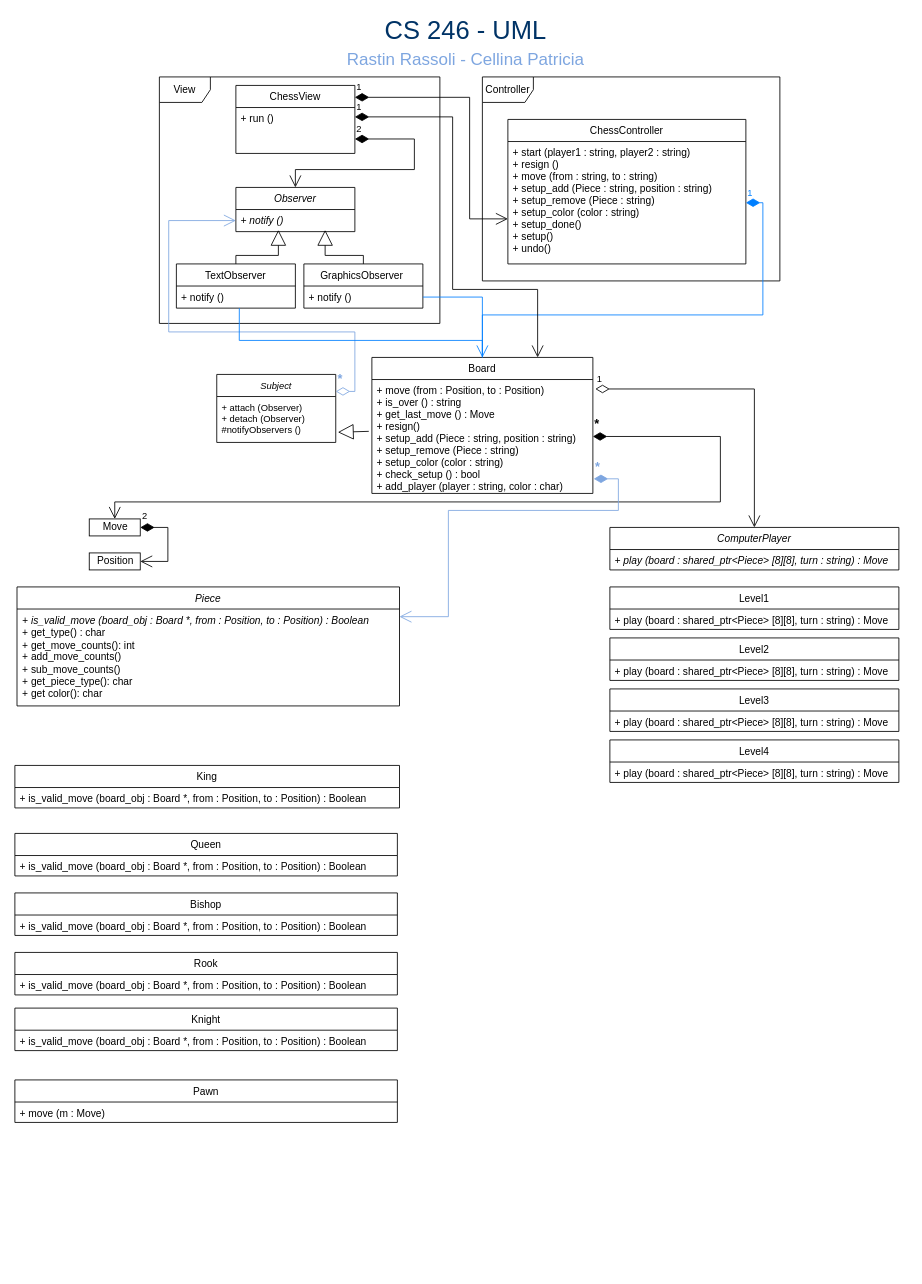
Before: ChessUML.drawio in rastin1379/CS_246_Project, a draw.io diagram. Source tidied: cells renumbered, new cells numbered last; positions are measured from the earlier drawing's top-left corner, leaving out a move shared by most shapes. Both pictures are drawn from the tidied source at 85%, with x=0, y=0 at pixel (14, 17).
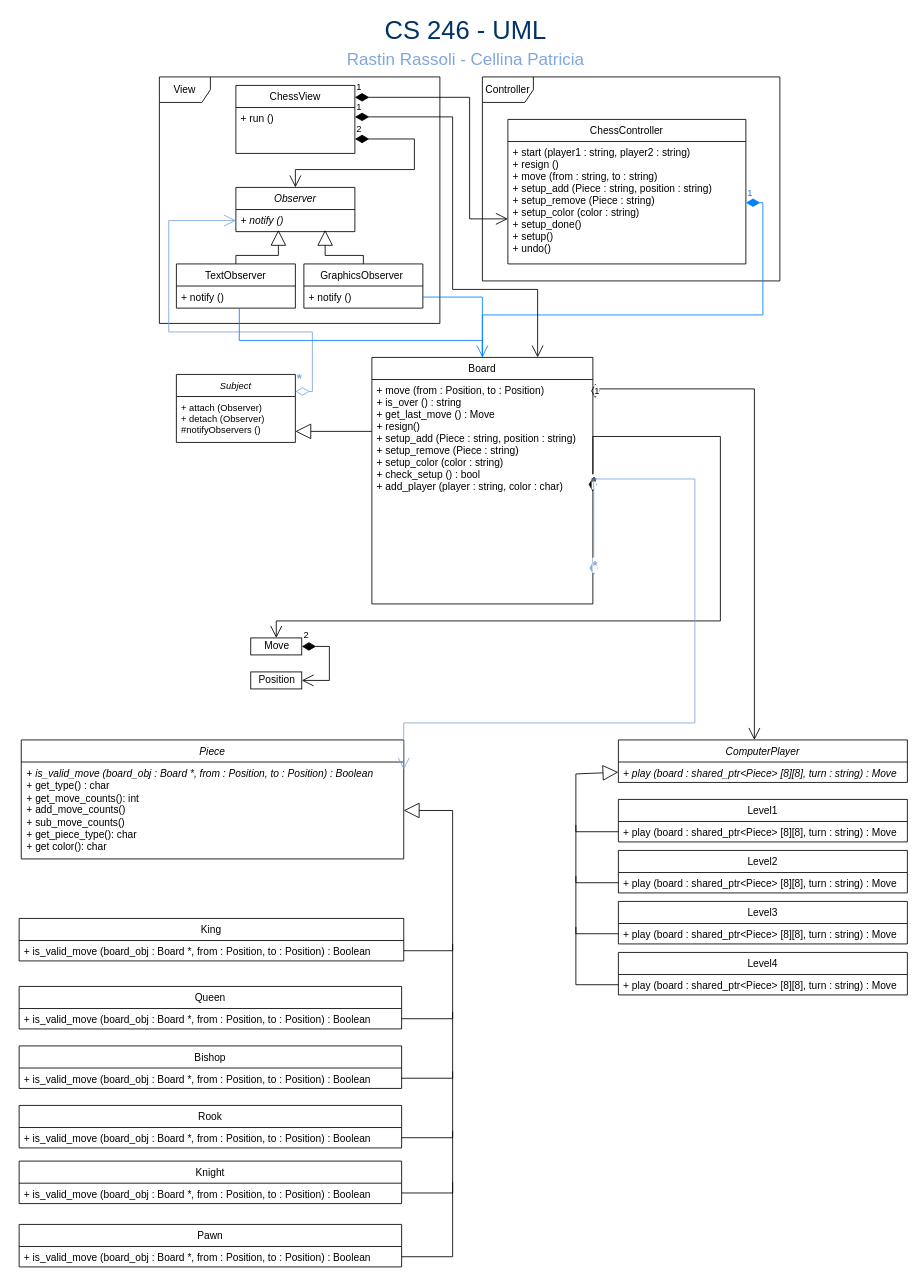
The same diagram, later.

Unchanged cells that the change refers to:
```xml
<mxCell id="7" value="+ notify ()" style="text;strokeColor=none;fillColor=none;align=left;verticalAlign=top;spacingLeft=4;spacingRight=4;overflow=hidden;points=[[0,0.5],[1,0.5]];portConstraint=eastwest;fontStyle=2;" parent="6" vertex="1">
  <mxGeometry y="26" width="140" height="26" as="geometry" />
</mxCell>
<mxCell id="19" value="+ play (board : shared_ptr&lt;Piece&gt; [8][8], turn : string) : Move" style="text;strokeColor=none;fillColor=none;align=left;verticalAlign=top;spacingLeft=4;spacingRight=4;overflow=hidden;points=[[0,0.5],[1,0.5]];portConstraint=eastwest;fontStyle=2;" parent="18" vertex="1">
  <mxGeometry y="26" width="340" height="24" as="geometry" />
</mxCell>
<mxCell id="21" value="+ play (board : shared_ptr&lt;Piece&gt; [8][8], turn : string) : Move" style="text;strokeColor=none;fillColor=none;align=left;verticalAlign=top;spacingLeft=4;spacingRight=4;overflow=hidden;points=[[0,0.5],[1,0.5]];portConstraint=eastwest;fontStyle=0;" parent="20" vertex="1">
  <mxGeometry y="26" width="340" height="24" as="geometry" />
</mxCell>
<mxCell id="23" value="+ play (board : shared_ptr&lt;Piece&gt; [8][8], turn : string) : Move" style="text;strokeColor=none;fillColor=none;align=left;verticalAlign=top;spacingLeft=4;spacingRight=4;overflow=hidden;points=[[0,0.5],[1,0.5]];portConstraint=eastwest;fontStyle=0;" parent="22" vertex="1">
  <mxGeometry y="26" width="340" height="24" as="geometry" />
</mxCell>
<mxCell id="37" value="&lt;i&gt;+ is_valid_move (board_obj : Board *, from : Position, to : Position) : Boolean&amp;nbsp;&lt;br&gt;&lt;/i&gt;+ get_type() : char&lt;br&gt;+ get_move_counts(): int&lt;br&gt;+ add_move_counts()&lt;br&gt;+ sub_move_counts()&lt;br&gt;+ get_piece_type(): char&lt;br&gt;+ get color(): char" style="text;strokeColor=none;fillColor=none;align=left;verticalAlign=top;spacingLeft=4;spacingRight=4;overflow=hidden;points=[[0,0.5],[1,0.5]];portConstraint=eastwest;fontStyle=0;html=1;" parent="36" vertex="1">
  <mxGeometry y="26" width="450" height="114" as="geometry" />
</mxCell>
<mxCell id="39" value="+ is_valid_move (board_obj : Board *, from : Position, to : Position) : Boolean" style="text;strokeColor=none;fillColor=none;align=left;verticalAlign=top;spacingLeft=4;spacingRight=4;overflow=hidden;points=[[0,0.5],[1,0.5]];portConstraint=eastwest;fontStyle=0;" parent="38" vertex="1">
  <mxGeometry y="26" width="452.5" height="24" as="geometry" />
</mxCell>
<mxCell id="41" value="+ is_valid_move (board_obj : Board *, from : Position, to : Position) : Boolean" style="text;strokeColor=none;fillColor=none;align=left;verticalAlign=top;spacingLeft=4;spacingRight=4;overflow=hidden;points=[[0,0.5],[1,0.5]];portConstraint=eastwest;fontStyle=0;" parent="40" vertex="1">
  <mxGeometry y="26" width="450" height="24" as="geometry" />
</mxCell>
<mxCell id="43" value="+ is_valid_move (board_obj : Board *, from : Position, to : Position) : Boolean" style="text;strokeColor=none;fillColor=none;align=left;verticalAlign=top;spacingLeft=4;spacingRight=4;overflow=hidden;points=[[0,0.5],[1,0.5]];portConstraint=eastwest;fontStyle=0;" parent="42" vertex="1">
  <mxGeometry y="26" width="450" height="24" as="geometry" />
</mxCell>
<mxCell id="45" value="+ is_valid_move (board_obj : Board *, from : Position, to : Position) : Boolean" style="text;strokeColor=none;fillColor=none;align=left;verticalAlign=top;spacingLeft=4;spacingRight=4;overflow=hidden;points=[[0,0.5],[1,0.5]];portConstraint=eastwest;fontStyle=0;" parent="44" vertex="1">
  <mxGeometry y="26" width="450" height="24" as="geometry" />
</mxCell>
```

What changed in the source:
```diff
@@
     <mxCell id="16" value="Board" style="swimlane;fontStyle=0;horizontal=1;startSize=26;fillColor=none;" parent="1" vertex="1">
-      <mxGeometry x="420" y="400" width="260" height="160" as="geometry" />
+      <mxGeometry x="420" y="400" width="260" height="290" as="geometry" />
     </mxCell>
     <mxCell id="17" value="+ move (from : Position, to : Position) &#10;+ is_over () : string &#10;+ get_last_move () : Move&#10;+ resign()&#10;+ setup_add (Piece : string, position : string)&#10;+ setup_remove (Piece : string)&#10;+ setup_color (color : string)&#10;+ check_setup () : bool&#10;+ add_player (player : string, color : char)" style="text;strokeColor=none;fillColor=none;align=left;verticalAlign=top;spacingLeft=4;spacingRight=4;overflow=hidden;points=[[0,0.5],[1,0.5]];portConstraint=eastwest;" parent="16" vertex="1">
-      <mxGeometry y="26" width="260" height="134" as="geometry" />
+      <mxGeometry y="26" width="260" height="264" as="geometry" />
     </mxCell>
     <mxCell id="18" value="ComputerPlayer" style="swimlane;fontStyle=2;horizontal=1;startSize=26;fillColor=none;" parent="1" vertex="1">
-      <mxGeometry x="700" y="600" width="340" height="50" as="geometry" />
+      <mxGeometry x="710" y="850" width="340" height="50" as="geometry" />
     </mxCell>
@@
     <mxCell id="20" value="Level1" style="swimlane;fontStyle=0;horizontal=1;startSize=26;fillColor=none;" parent="1" vertex="1">
-      <mxGeometry x="700" y="670" width="340" height="50" as="geometry" />
+      <mxGeometry x="710" y="920" width="340" height="50" as="geometry" />
     </mxCell>
@@
     <mxCell id="22" value="Level2" style="swimlane;fontStyle=0;horizontal=1;startSize=26;fillColor=none;" parent="1" vertex="1">
-      <mxGeometry x="700" y="730" width="340" height="50" as="geometry" />
+      <mxGeometry x="710" y="980" width="340" height="50" as="geometry" />
     </mxCell>
@@
     <mxCell id="24" value="Level3" style="swimlane;fontStyle=0;horizontal=1;startSize=26;fillColor=none;" parent="1" vertex="1">
-      <mxGeometry x="700" y="790" width="340" height="50" as="geometry" />
+      <mxGeometry x="710" y="1040" width="340" height="50" as="geometry" />
     </mxCell>
@@
     <mxCell id="26" value="Level4" style="swimlane;fontStyle=0;horizontal=1;startSize=26;fillColor=none;" parent="1" vertex="1">
-      <mxGeometry x="700" y="850" width="340" height="50" as="geometry" />
+      <mxGeometry x="710" y="1100" width="340" height="50" as="geometry" />
     </mxCell>
@@
     <mxCell id="32" value="Move" style="html=1;" parent="1" vertex="1">
-      <mxGeometry x="87.5" y="590" width="60" height="20" as="geometry" />
+      <mxGeometry x="277.5" y="730" width="60" height="20" as="geometry" />
     </mxCell>
     <mxCell id="33" value="Position" style="html=1;" parent="1" vertex="1">
-      <mxGeometry x="87.5" y="630" width="60" height="20" as="geometry" />
+      <mxGeometry x="277.5" y="770" width="60" height="20" as="geometry" />
     </mxCell>
     <mxCell id="34" value="&lt;font style=&quot;font-size: 15px&quot;&gt;&lt;b&gt;*&lt;/b&gt;&lt;/font&gt;" style="endArrow=open;html=1;endSize=12;startArrow=diamondThin;startSize=14;startFill=1;edgeStyle=orthogonalEdgeStyle;align=left;verticalAlign=bottom;rounded=0;entryX=0.5;entryY=0;entryDx=0;entryDy=0;exitX=1;exitY=0.5;exitDx=0;exitDy=0;" parent="1" edge="1" source="17" target="32">
       <mxGeometry x="-1" y="3" relative="1" as="geometry">
         <Array as="points">
           <mxPoint x="830" y="493" />
-          <mxPoint x="830" y="570" />
-          <mxPoint x="117" y="570" />
+          <mxPoint x="830" y="710" />
+          <mxPoint x="308" y="710" />
         </Array>
       </mxGeometry>
     </mxCell>
     <mxCell id="35" value="&lt;font style=&quot;font-size: 11px&quot;&gt;2&lt;/font&gt;" style="endArrow=open;html=1;endSize=12;startArrow=diamondThin;startSize=14;startFill=1;edgeStyle=orthogonalEdgeStyle;align=left;verticalAlign=bottom;rounded=0;fontSize=15;exitX=1;exitY=0.5;exitDx=0;exitDy=0;entryX=1;entryY=0.5;entryDx=0;entryDy=0;" parent="1" edge="1" source="32" target="33">
       <mxGeometry x="-1" y="3" relative="1" as="geometry">
         <Array as="points">
-          <mxPoint x="180" y="600" />
-          <mxPoint x="180" y="640" />
+          <mxPoint x="370" y="740" />
+          <mxPoint x="370" y="780" />
         </Array>
       </mxGeometry>
     </mxCell>
     <mxCell id="36" value="Piece" style="swimlane;fontStyle=2;horizontal=1;startSize=26;fillColor=none;" parent="1" vertex="1">
-      <mxGeometry x="2.5" y="670" width="450" height="140" as="geometry" />
+      <mxGeometry x="7.5" y="850" width="450" height="140" as="geometry" />
     </mxCell>
@@
     <mxCell id="38" value="King" style="swimlane;fontStyle=0;horizontal=1;startSize=26;fillColor=none;" parent="1" vertex="1">
-      <mxGeometry y="880" width="452.5" height="50" as="geometry" />
+      <mxGeometry x="5" y="1060" width="452.5" height="50" as="geometry" />
     </mxCell>
@@
     <mxCell id="40" value="Queen" style="swimlane;fontStyle=0;horizontal=1;startSize=26;fillColor=none;" parent="1" vertex="1">
-      <mxGeometry y="960" width="450" height="50" as="geometry" />
+      <mxGeometry x="5" y="1140" width="450" height="50" as="geometry" />
     </mxCell>
@@
     <mxCell id="42" value="Bishop" style="swimlane;fontStyle=0;horizontal=1;startSize=26;fillColor=none;" parent="1" vertex="1">
-      <mxGeometry y="1030" width="450" height="50" as="geometry" />
+      <mxGeometry x="5" y="1210" width="450" height="50" as="geometry" />
     </mxCell>
@@
     <mxCell id="44" value="Rook" style="swimlane;fontStyle=0;horizontal=1;startSize=26;fillColor=none;" parent="1" vertex="1">
-      <mxGeometry y="1100" width="450" height="50" as="geometry" />
+      <mxGeometry x="5" y="1280" width="450" height="50" as="geometry" />
     </mxCell>
@@
     <mxCell id="46" value="Knight" style="swimlane;fontStyle=0;horizontal=1;startSize=26;fillColor=none;" parent="1" vertex="1">
-      <mxGeometry y="1165.5" width="450" height="50" as="geometry" />
+      <mxGeometry x="5" y="1345.5" width="450" height="50" as="geometry" />
     </mxCell>
@@
     <mxCell id="48" value="Pawn" style="swimlane;fontStyle=0;horizontal=1;startSize=26;fillColor=none;" parent="1" vertex="1">
-      <mxGeometry y="1250" width="450" height="50" as="geometry" />
+      <mxGeometry x="5" y="1420" width="450" height="50" as="geometry" />
     </mxCell>
-    <mxCell id="49" value="+ move (m : Move) &#10;&#10;" style="text;strokeColor=none;fillColor=none;align=left;verticalAlign=top;spacingLeft=4;spacingRight=4;overflow=hidden;points=[[0,0.5],[1,0.5]];portConstraint=eastwest;fontStyle=0;" parent="48" vertex="1">
+    <mxCell id="49" value="+ is_valid_move (board_obj : Board *, from : Position, to : Position) : Boolean" style="text;strokeColor=none;fillColor=none;align=left;verticalAlign=top;spacingLeft=4;spacingRight=4;overflow=hidden;points=[[0,0.5],[1,0.5]];portConstraint=eastwest;fontStyle=0;" parent="48" vertex="1">
       <mxGeometry y="26" width="450" height="24" as="geometry" />
     </mxCell>
     <mxCell id="50" value="&lt;font style=&quot;font-size: 15px&quot;&gt;&lt;b&gt;*&lt;/b&gt;&lt;/font&gt;" style="endArrow=open;html=1;endSize=12;startArrow=diamondThin;startSize=14;startFill=1;edgeStyle=orthogonalEdgeStyle;align=left;verticalAlign=bottom;rounded=0;entryX=1;entryY=0.25;entryDx=0;entryDy=0;exitX=1.004;exitY=0.872;exitDx=0;exitDy=0;exitPerimeter=0;strokeColor=#7EA6E0;fontColor=#7EA6E0;" parent="1" edge="1" source="17" target="36">
       <mxGeometry x="-1" y="3" relative="1" as="geometry">
         <Array as="points">
-          <mxPoint x="710" y="543" />
-          <mxPoint x="710" y="580" />
-          <mxPoint x="510" y="580" />
-          <mxPoint x="510" y="705" />
+          <mxPoint x="800" y="543" />
+          <mxPoint x="800" y="830" />
+          <mxPoint x="457" y="830" />
         </Array>
       </mxGeometry>
     </mxCell>
     <mxCell id="51" value="Subject" style="swimlane;fontStyle=2;horizontal=1;startSize=26;fillColor=none;fontSize=11;" parent="1" vertex="1">
-      <mxGeometry x="237.5" y="420" width="140" height="80" as="geometry" />
+      <mxGeometry x="190" y="420" width="140" height="80" as="geometry" />
     </mxCell>
@@
-    <mxCell id="53" style="endArrow=block;endSize=16;endFill=0;html=1;rounded=0;fontSize=11;exitX=-0.014;exitY=0.455;exitDx=0;exitDy=0;exitPerimeter=0;" parent="1" edge="1" source="17">
+    <mxCell id="53" style="endArrow=block;endSize=16;endFill=0;html=1;rounded=0;fontSize=11;" parent="1" edge="1">
       <mxGeometry relative="1" as="geometry">
-        <mxPoint x="380" y="488" as="targetPoint" />
+        <mxPoint x="420" y="487" as="sourcePoint" />
+        <mxPoint x="330" y="487" as="targetPoint" />
       </mxGeometry>
     </mxCell>
     <mxCell id="54" value="&lt;font style=&quot;font-size: 15px&quot;&gt;&lt;b&gt;*&lt;/b&gt;&lt;/font&gt;" style="endArrow=open;html=1;endSize=12;startArrow=diamondThin;startSize=14;startFill=0;edgeStyle=orthogonalEdgeStyle;align=left;verticalAlign=bottom;rounded=0;fontSize=11;entryX=0;entryY=0.5;entryDx=0;entryDy=0;exitX=1;exitY=0.25;exitDx=0;exitDy=0;fontColor=#7EA6E0;strokeColor=#7EA6E0;" parent="1" edge="1" source="51" target="7">
       <mxGeometry x="-1" y="3" relative="1" as="geometry">
         <Array as="points">
-          <mxPoint x="400" y="440" />
-          <mxPoint x="400" y="370" />
+          <mxPoint x="350" y="440" />
+          <mxPoint x="350" y="370" />
           <mxPoint x="181" y="370" />
           <mxPoint x="181" y="239" />
         </Array>
       </mxGeometry>
     </mxCell>
@@
+    <mxCell id="60" style="endArrow=block;endSize=16;endFill=0;html=1;rounded=0;fontSize=11;entryX=1;entryY=0.5;entryDx=0;entryDy=0;exitX=1;exitY=0.5;exitDx=0;exitDy=0;" parent="1" edge="1" source="39" target="37">
+      <mxGeometry relative="1" as="geometry">
+        <Array as="points">
+          <mxPoint x="515" y="1098" />
+          <mxPoint x="515" y="933" />
+        </Array>
+      </mxGeometry>
+    </mxCell>
+    <mxCell id="61" style="endArrow=none;html=1;rounded=0;fontColor=#000000;strokeColor=#000000;entryX=1;entryY=0.5;entryDx=0;entryDy=0;" parent="1" edge="1" target="41">
+      <mxGeometry relative="1" as="geometry">
+        <mxPoint x="515" y="1090" as="sourcePoint" />
+        <Array as="points">
+          <mxPoint x="515" y="1178" />
+        </Array>
+      </mxGeometry>
+    </mxCell>
+    <mxCell id="62" style="endArrow=none;html=1;rounded=0;fontColor=#000000;strokeColor=#000000;entryX=1;entryY=0.5;entryDx=0;entryDy=0;" parent="1" edge="1" target="43">
+      <mxGeometry relative="1" as="geometry">
+        <mxPoint x="515" y="1170" as="sourcePoint" />
+        <Array as="points">
+          <mxPoint x="515" y="1248" />
+        </Array>
+      </mxGeometry>
+    </mxCell>
+    <mxCell id="63" style="endArrow=none;html=1;rounded=0;fontColor=#000000;strokeColor=#000000;entryX=1;entryY=0.5;entryDx=0;entryDy=0;" parent="1" edge="1" target="45">
+      <mxGeometry relative="1" as="geometry">
+        <mxPoint x="515" y="1240" as="sourcePoint" />
+        <Array as="points">
+          <mxPoint x="515" y="1318" />
+        </Array>
+      </mxGeometry>
+    </mxCell>
+    <mxCell id="64" style="endArrow=none;html=1;rounded=0;fontColor=#000000;strokeColor=#000000;entryX=1;entryY=0.75;entryDx=0;entryDy=0;" parent="1" edge="1" target="46">
+      <mxGeometry relative="1" as="geometry">
+        <mxPoint x="515" y="1310" as="sourcePoint" />
+        <Array as="points">
+          <mxPoint x="515" y="1383" />
+        </Array>
+      </mxGeometry>
+    </mxCell>
+    <mxCell id="65" style="endArrow=none;html=1;rounded=0;fontColor=#000000;strokeColor=#000000;entryX=1;entryY=0.5;entryDx=0;entryDy=0;" parent="1" edge="1" target="49">
+      <mxGeometry relative="1" as="geometry">
+        <mxPoint x="515" y="1370" as="sourcePoint" />
+        <Array as="points">
+          <mxPoint x="515" y="1458" />
+        </Array>
+      </mxGeometry>
+    </mxCell>
+    <mxCell id="66" style="endArrow=block;endSize=16;endFill=0;html=1;rounded=0;fontSize=11;entryX=0;entryY=0.5;entryDx=0;entryDy=0;exitX=0;exitY=0.5;exitDx=0;exitDy=0;" parent="1" edge="1" source="21" target="19">
+      <mxGeometry relative="1" as="geometry">
+        <Array as="points">
+          <mxPoint x="660" y="958" />
+          <mxPoint x="660" y="890" />
+        </Array>
+      </mxGeometry>
+    </mxCell>
+    <mxCell id="67" style="endArrow=none;html=1;rounded=0;fontColor=#000000;strokeColor=#000000;entryX=0;entryY=0.5;entryDx=0;entryDy=0;" parent="1" edge="1" target="23">
+      <mxGeometry relative="1" as="geometry">
+        <mxPoint x="660" y="950" as="sourcePoint" />
+        <Array as="points">
+          <mxPoint x="660" y="1018" />
+        </Array>
+      </mxGeometry>
+    </mxCell>
+    <mxCell id="68" style="endArrow=none;html=1;rounded=0;fontColor=#000000;strokeColor=#000000;entryX=0;entryY=0.5;entryDx=0;entryDy=0;" parent="1" edge="1">
+      <mxGeometry relative="1" as="geometry">
+        <mxPoint x="660" y="1010" as="sourcePoint" />
+        <mxPoint x="710" y="1078" as="targetPoint" />
+        <Array as="points">
+          <mxPoint x="660" y="1078" />
+        </Array>
+      </mxGeometry>
+    </mxCell>
+    <mxCell id="69" style="endArrow=none;html=1;rounded=0;fontColor=#000000;strokeColor=#000000;entryX=0;entryY=0.5;entryDx=0;entryDy=0;" parent="1" edge="1">
+      <mxGeometry relative="1" as="geometry">
+        <mxPoint x="660" y="1070" as="sourcePoint" />
+        <mxPoint x="710" y="1138" as="targetPoint" />
+        <Array as="points">
+          <mxPoint x="660" y="1138" />
+        </Array>
+      </mxGeometry>
+    </mxCell>
```
